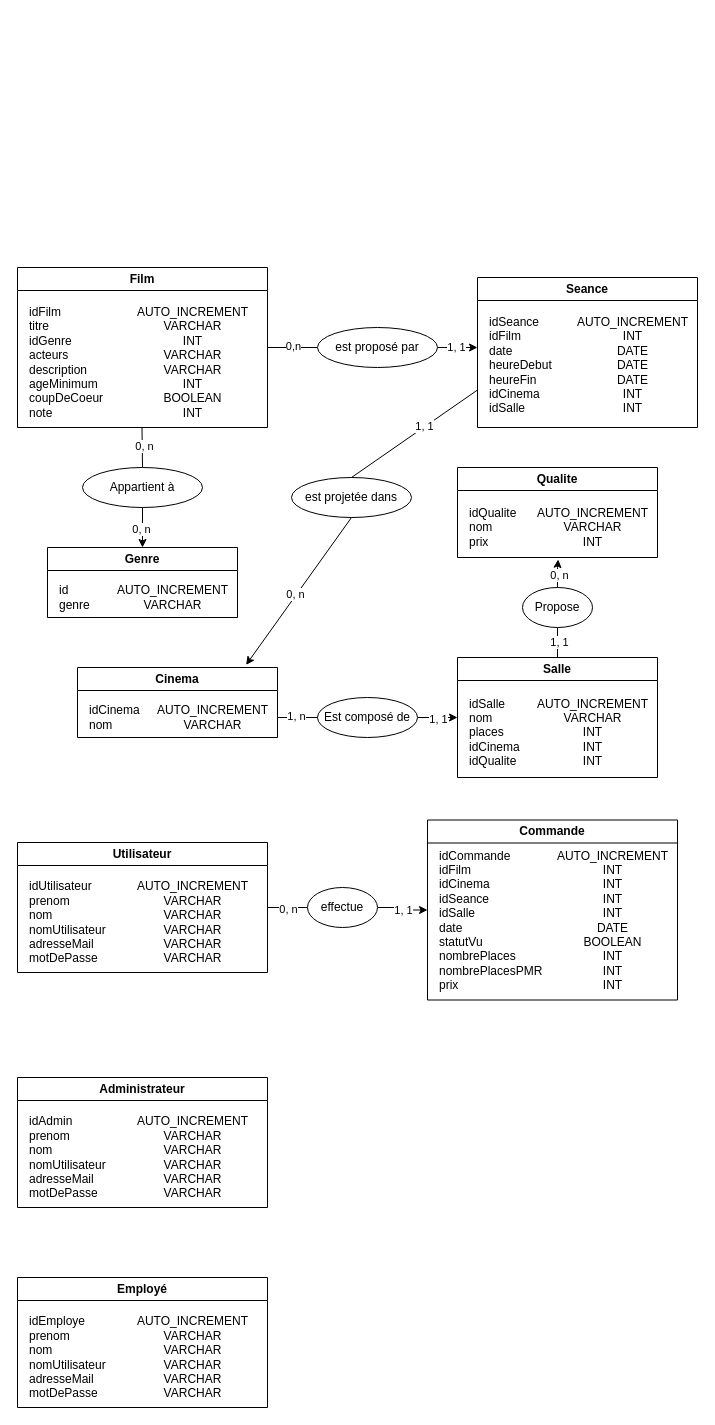
This is MCD.drawio from Thifanie/cinephoria, a draw.io file, before an edit. Source tidied: cells renumbered, new cells numbered last; positions are measured from the earlier drawing's top-left corner, leaving out a move shared by most shapes. Both pictures are drawn from the tidied source at 100%, with x=0, y=0 at pixel (17, 267).
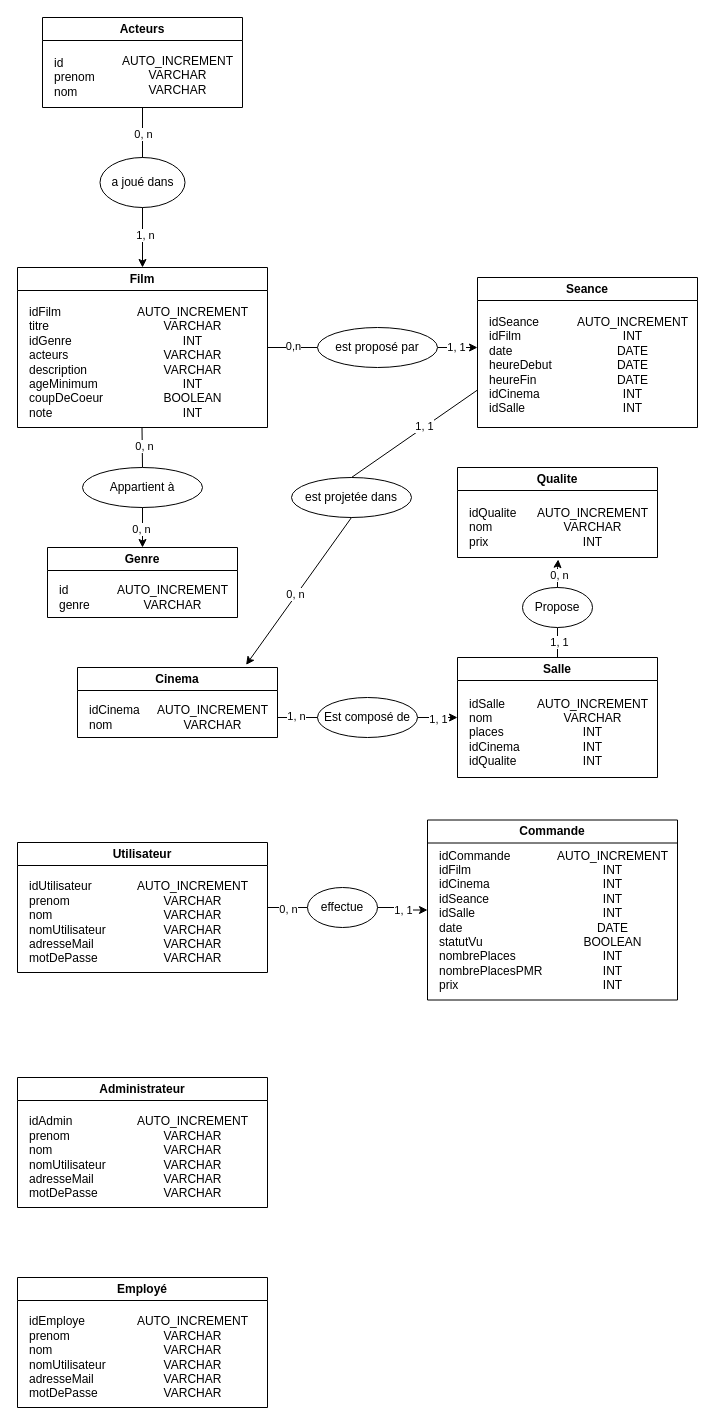
The same diagram, later.

Commit message:
Mettre à jour MCD.drawio

Unchanged cells that the change refers to:
```xml
<mxCell id="9" value="Film" style="swimlane;whiteSpace=wrap;html=1;fillColor=#FFFFFF;gradientColor=none;swimlaneLine=1;rounded=0;shadow=0;glass=0;" parent="1" vertex="1">
  <mxGeometry width="250" height="160" as="geometry" />
</mxCell>
```

The edit, as a diff of the source:
```diff
@@
+    <mxCell id="62" style="edgeStyle=orthogonalEdgeStyle;rounded=0;jettySize=auto;html=1;entryX=0.5;entryY=0;entryDx=0;entryDy=0;" parent="1" edge="1" source="65" target="9">
+      <mxGeometry relative="1" as="geometry" />
+    </mxCell>
+    <mxCell id="63" value="0, n" style="edgeLabel;html=1;align=center;verticalAlign=middle;" parent="62" vertex="1">
+      <mxGeometry x="-0.68" relative="1" as="geometry" />
+    </mxCell>
+    <mxCell id="64" value="1, n" style="edgeLabel;html=1;align=center;verticalAlign=middle;" parent="62" vertex="1">
+      <mxGeometry x="0.59" y="2" relative="1" as="geometry" />
+    </mxCell>
+    <mxCell id="65" value="Acteurs" style="swimlane;whiteSpace=wrap;html=1;fillColor=#FFFFFF;gradientColor=none;swimlaneLine=1;rounded=0;shadow=0;glass=0;startSize=23;" parent="1" vertex="1">
+      <mxGeometry x="25" y="-250" width="200" height="90" as="geometry" />
+    </mxCell>
+    <mxCell id="66" value="AUTO_INCREMENT&lt;div&gt;VARCHAR&lt;/div&gt;&lt;div&gt;VARCHAR&lt;/div&gt;&lt;div&gt;&lt;br&gt;&lt;/div&gt;" style="text;html=1;align=center;verticalAlign=middle;strokeColor=none;fillColor=none;" parent="65" vertex="1">
+      <mxGeometry x="70" y="30" width="130" height="70" as="geometry" />
+    </mxCell>
+    <mxCell id="67" value="id&lt;div&gt;prenom&lt;div&gt;nom&lt;/div&gt;&lt;/div&gt;" style="text;html=1;align=left;verticalAlign=middle;strokeColor=none;fillColor=none;" parent="65" vertex="1">
+      <mxGeometry x="10" y="30" width="60" height="60" as="geometry" />
+    </mxCell>
+    <mxCell id="68" value="a joué dans" style="ellipse;whiteSpace=wrap;html=1;" parent="1" vertex="1">
+      <mxGeometry x="82.5" y="-110" width="85" height="50" as="geometry" />
+    </mxCell>
```
